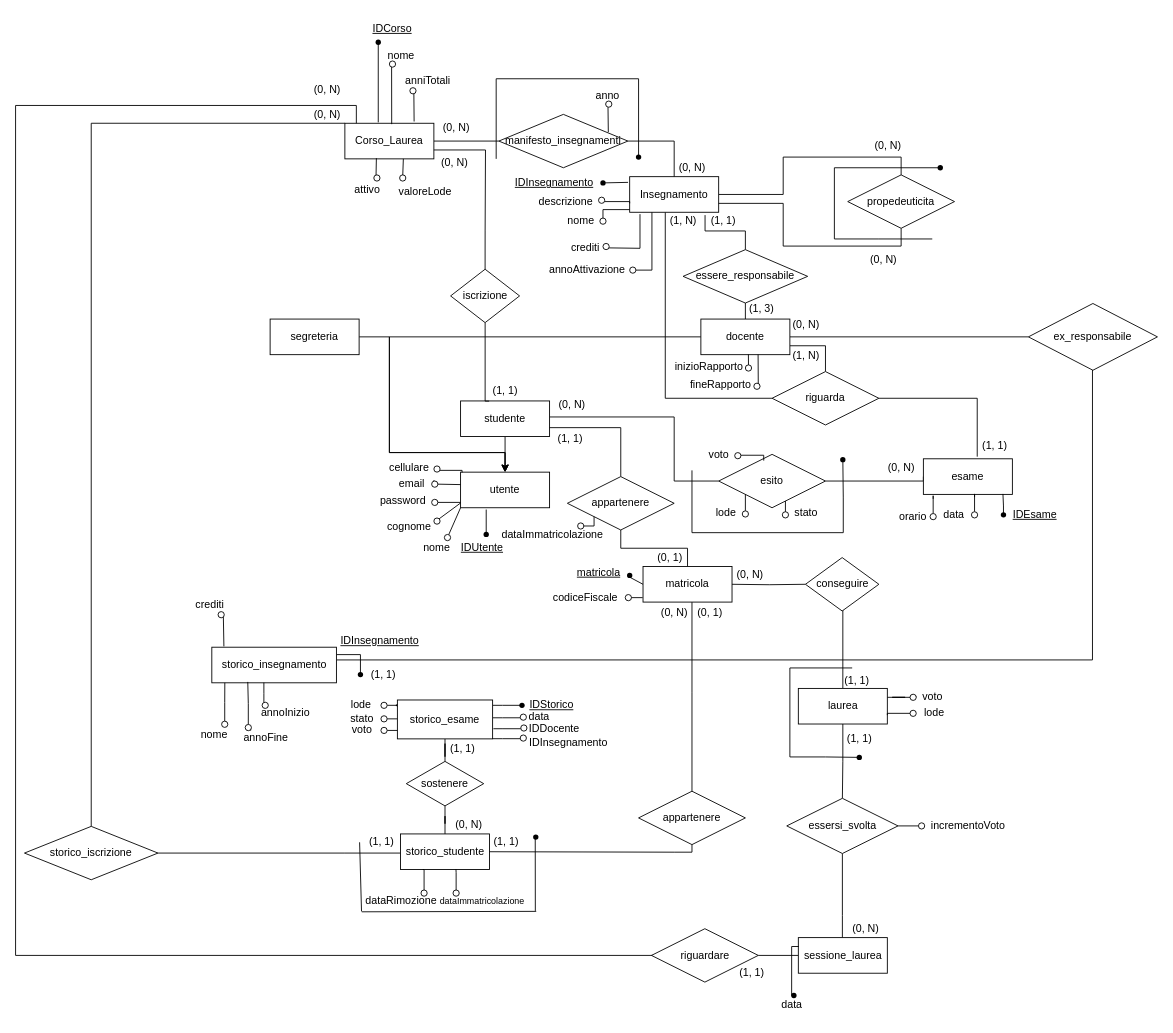
Earlier version of the draw.io diagram page "ER" (1 of 2) of progetto/db/uni.drawio (michelebolis/UniversityExamSystem). Source tidied: cells renumbered, new cells numbered last; positions are measured from the earlier drawing's top-left corner, leaving out a move shared by most shapes. Both pictures are drawn from the tidied source at 89%, with x=0, y=0 at pixel (15, 15).
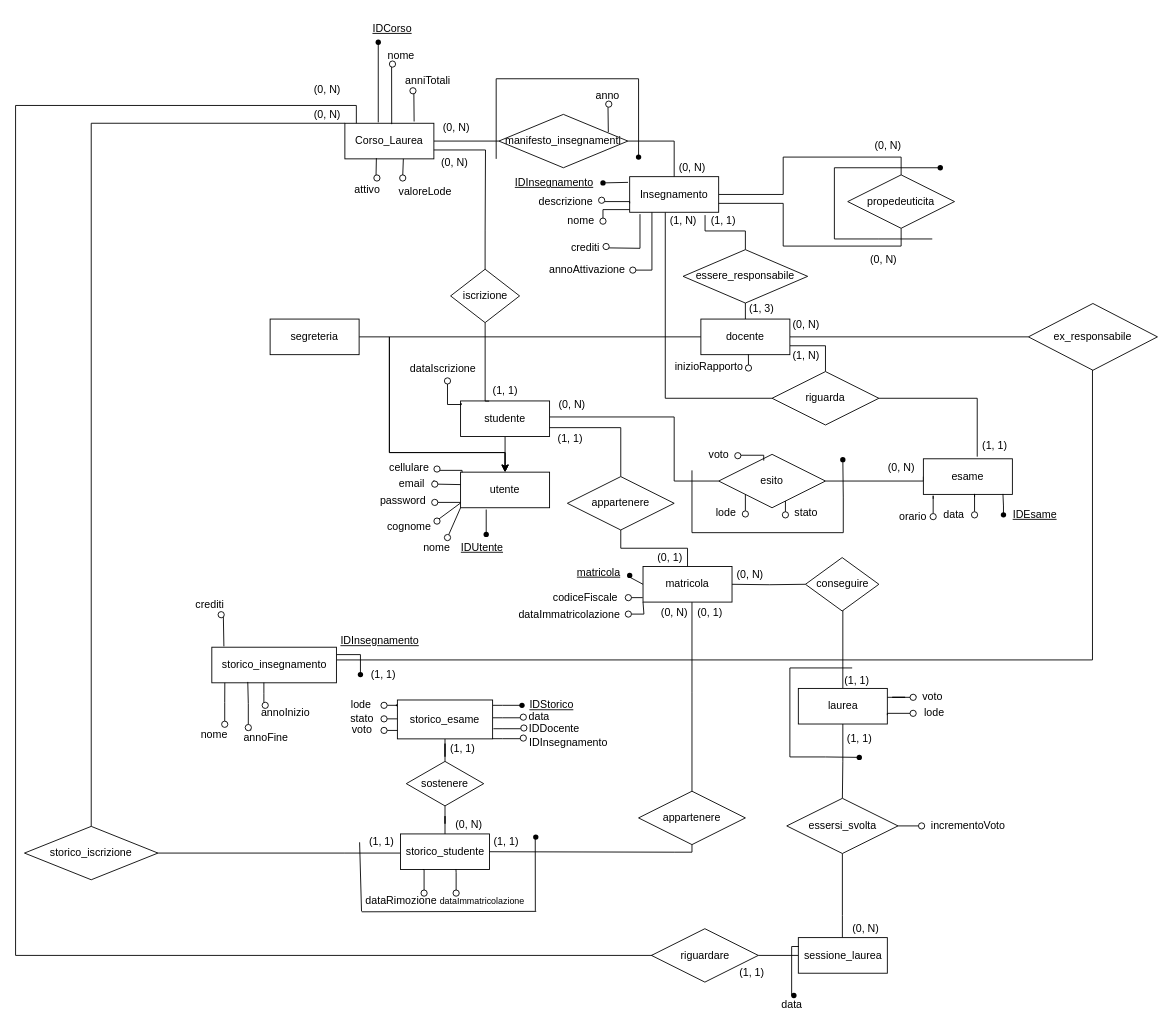
After the change.

The change refers to these unchanged cells:
```xml
<mxCell id="10" value="docente" style="whiteSpace=wrap;html=1;align=center;" parent="1" vertex="1">
  <mxGeometry x="770" y="341" width="100" height="40" as="geometry" />
</mxCell>
<mxCell id="96" value="matricola" style="whiteSpace=wrap;html=1;align=center;" parent="1" vertex="1">
  <mxGeometry x="705" y="619" width="100" height="40" as="geometry" />
</mxCell>
<mxCell id="99" value="appartenere" style="shape=rhombus;perimeter=rhombusPerimeter;whiteSpace=wrap;html=1;align=center;" parent="1" vertex="1">
  <mxGeometry x="620" y="518" width="120" height="60" as="geometry" />
</mxCell>
```

Diff of the diagram source:
```diff
@@
-    <mxCell id="56" value="fineRapporto" style="text;html=1;align=center;verticalAlign=middle;strokeColor=none;fillColor=none;" parent="1" vertex="1">
-      <mxGeometry x="746.5" y="399.5" width="90" height="30" as="geometry" />
-    </mxCell>
-    <mxCell id="57" value="dataImmatricolazione" style="text;html=1;align=center;verticalAlign=middle;strokeColor=none;fillColor=none;" parent="1" vertex="1">
-      <mxGeometry x="532.5" y="569" width="140" height="30" as="geometry" />
-    </mxCell>
@@
-    <mxCell id="70" style="endArrow=none;html=1;rounded=0;entryX=0.643;entryY=0.997;entryDx=0;entryDy=0;entryPerimeter=0;" parent="1" edge="1" source="161" target="10">
-      <mxGeometry relative="1" as="geometry">
-        <Array as="points">
-          <mxPoint x="834.5" y="416" />
-        </Array>
-      </mxGeometry>
-    </mxCell>
@@
-    <mxCell id="113" style="edgeStyle=orthogonalEdgeStyle;rounded=0;jettySize=auto;html=1;entryX=0;entryY=1;entryDx=0;entryDy=0;endArrow=none;endFill=0;" parent="1" edge="1" source="166" target="99">
+    <mxCell id="113" style="edgeStyle=orthogonalEdgeStyle;rounded=0;jettySize=auto;html=1;endArrow=none;endFill=0;" parent="1" edge="1" source="166">
       <mxGeometry relative="1" as="geometry">
+        <mxPoint x="500" y="438" as="targetPoint" />
         <Array as="points">
-          <mxPoint x="650" y="573" />
+          <mxPoint x="485" y="437" />
+          <mxPoint x="501" y="437" />
+          <mxPoint x="501" y="436" />
         </Array>
       </mxGeometry>
     </mxCell>
@@
-    <mxCell id="160" style="endArrow=none;html=1;rounded=0;" parent="1" edge="1" target="161">
-      <mxGeometry relative="1" as="geometry">
-        <mxPoint x="834.5" y="416" as="sourcePoint" />
-      </mxGeometry>
-    </mxCell>
-    <mxCell id="161" style="ellipse;whiteSpace=wrap;html=1;" parent="1" vertex="1">
-      <mxGeometry x="829.5" y="413" width="7" height="7" as="geometry" />
-    </mxCell>
@@
-    <mxCell id="165" style="edgeStyle=orthogonalEdgeStyle;rounded=0;jettySize=auto;html=1;entryX=0;entryY=1;entryDx=0;entryDy=0;endArrow=none;endFill=0;" parent="1" edge="1" target="166">
-      <mxGeometry relative="1" as="geometry">
-        <mxPoint x="635" y="573" as="sourcePoint" />
-      </mxGeometry>
-    </mxCell>
     <mxCell id="166" style="ellipse;whiteSpace=wrap;html=1;" parent="1" vertex="1">
-      <mxGeometry x="631.5" y="570" width="7" height="7" as="geometry" />
+      <mxGeometry x="481.8" y="407" width="7" height="7" as="geometry" />
     </mxCell>
@@
+    <mxCell id="260" value="dataIscrizione" style="text;html=1;align=center;verticalAlign=middle;strokeColor=none;fillColor=none;" parent="1" vertex="1">
+      <mxGeometry x="434" y="384" width="92" height="26" as="geometry" />
+    </mxCell>
+    <mxCell id="261" style="edgeStyle=orthogonalEdgeStyle;rounded=0;jettySize=auto;html=1;entryX=0;entryY=1;entryDx=0;entryDy=0;endArrow=none;endFill=0;" parent="1" edge="1" source="262" target="96">
+      <mxGeometry relative="1" as="geometry">
+        <Array as="points">
+          <mxPoint x="706" y="673" />
+          <mxPoint x="706" y="659" />
+        </Array>
+      </mxGeometry>
+    </mxCell>
+    <mxCell id="262" style="ellipse;whiteSpace=wrap;html=1;" parent="1" vertex="1">
+      <mxGeometry x="685" y="669" width="7" height="7" as="geometry" />
+    </mxCell>
+    <mxCell id="57" value="dataImmatricolazione" style="text;html=1;align=center;verticalAlign=middle;strokeColor=none;fillColor=none;" parent="1" vertex="1">
+      <mxGeometry x="556" y="660.2" width="132" height="26" as="geometry" />
+    </mxCell>
```
